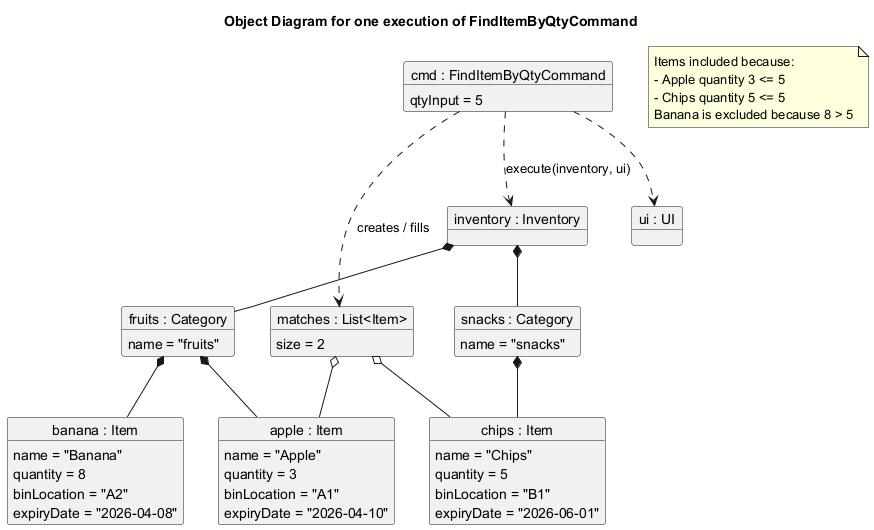
Above: docs/diagrams/object/FindItemByQtyCommandObjectDiagram.png in w-chuhao/tp (PlantUML), before the change.
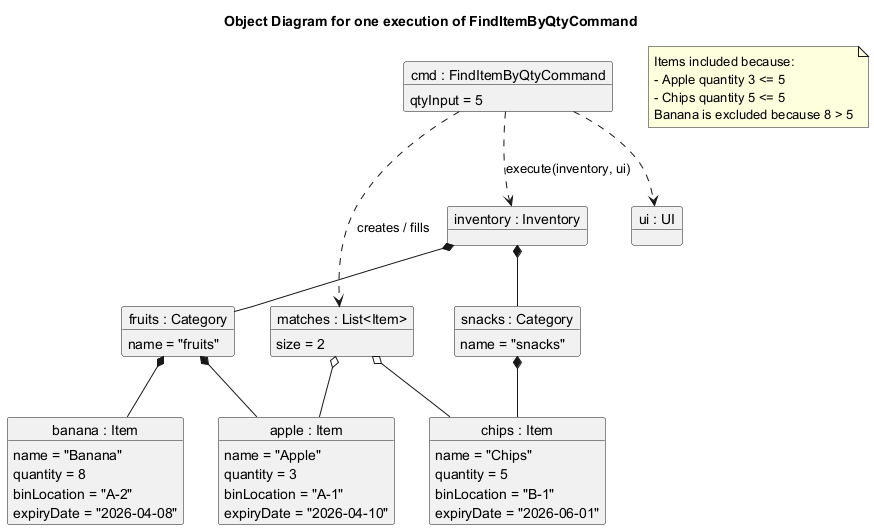
After the commit.

What changed in the source:
```diff
@@ -21,21 +21,21 @@
 object "apple : Item" as apple {
   name = "Apple"
   quantity = 3
-  binLocation = "A1"
+  binLocation = "A-1"
   expiryDate = "2026-04-10"
 }
 
 object "banana : Item" as banana {
   name = "Banana"
   quantity = 8
-  binLocation = "A2"
+  binLocation = "A-2"
   expiryDate = "2026-04-08"
 }
 
 object "chips : Item" as chips {
   name = "Chips"
   quantity = 5
-  binLocation = "B1"
+  binLocation = "B-1"
   expiryDate = "2026-06-01"
 }
 
```
